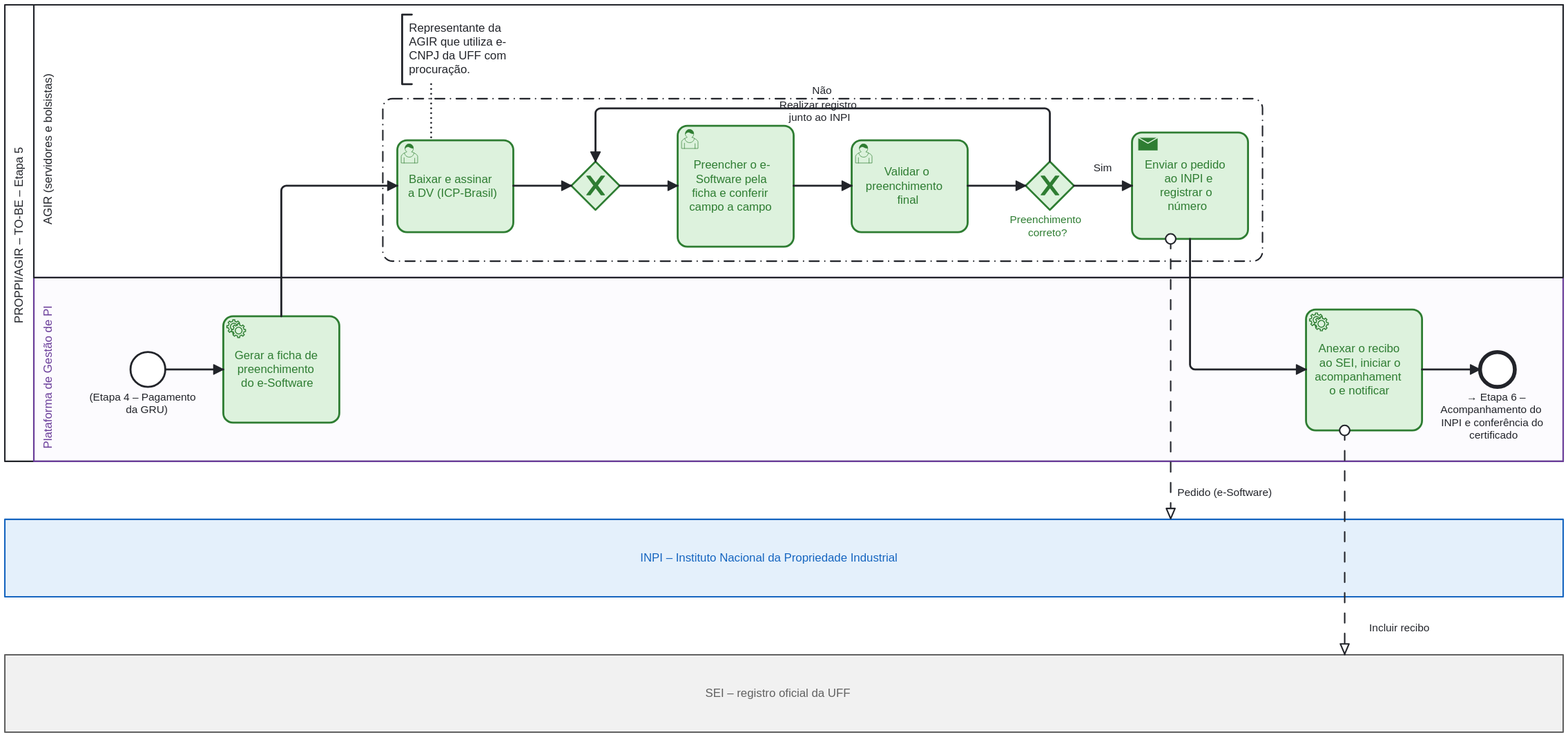
The BPMN diagram processos/registro-software/to-be/etapas/05-protocolo.svg in Amaro-peter/modelagem-bpmn-agir, before a commit. Its source is kept beside it as processos/registro-software/to-be/etapas/05-protocolo.bpmn. Ids are renumbered.
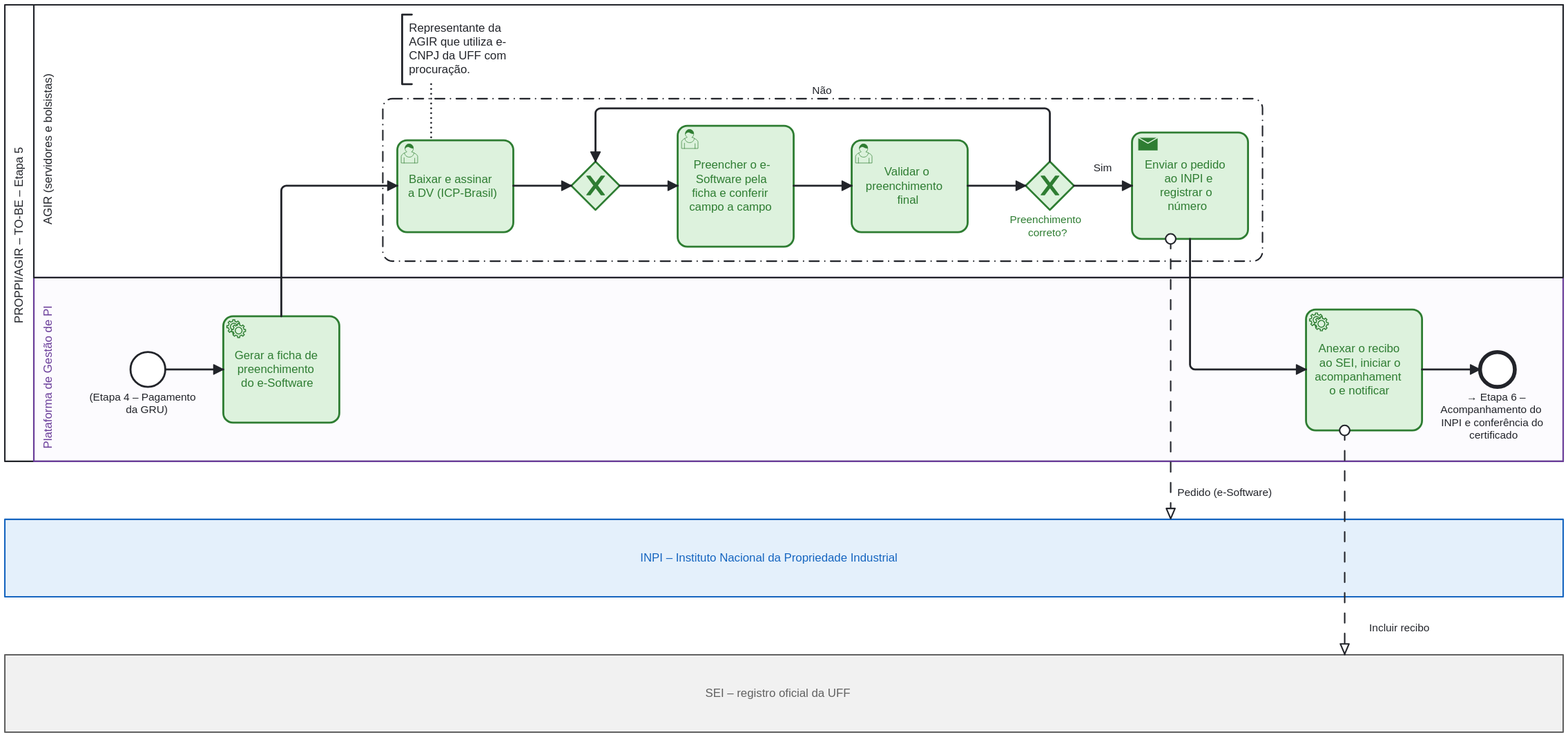
After the change.

What changed in the source:
```diff
@@ -80,7 +80,7 @@
     <bpmn:group id="G_REG_INPI" categoryValueRef="G_REG_INPI_cv" />
   </bpmn:process>
   <bpmn:category id="G_REG_INPI_cat">
-    <bpmn:categoryValue id="G_REG_INPI_cv" value="Realizar registro junto ao INPI" />
+    <bpmn:categoryValue id="G_REG_INPI_cv" value="" />
   </bpmn:category>
   <bpmndi:BPMNDiagram id="BPMNDiagram_Collab_ToBe_Registro_Software_Etapa5">
     <bpmndi:BPMNPlane id="BPMNPlane_Collab_ToBe_Registro_Software_Etapa5" bpmnElement="Collab_ToBe_Registro_Software_Etapa5">
```
